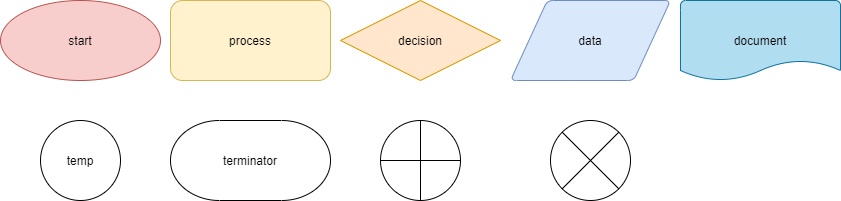
Earlier version of the draw.io export explore/diagramming/diagram.drawio.png (StevenSchaeffer/fa21-cse110-lab4). Source tidied: cells renumbered, new cells last; positions are measured from the earlier drawing's top-left corner, leaving out a move shared by most shapes.
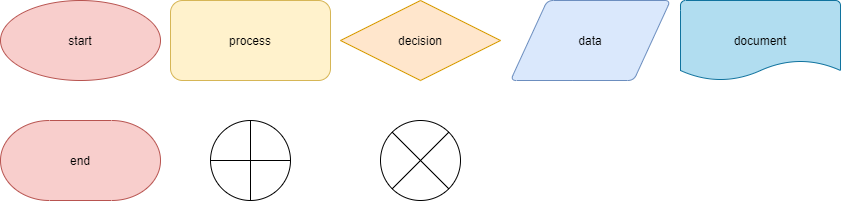
The same diagram one commit later.

Diff of the diagram source:
```diff
@@ -2,7 +2,7 @@
   <root>
     <mxCell id="0" />
     <mxCell id="1" parent="0" />
-    <mxCell id="2" style="edgeStyle=orthogonalEdgeStyle;rounded=0;jettySize=auto;html=1;exitX=0.5;exitY=1;exitDx=0;exitDy=0;entryX=0.5;entryY=0;entryDx=0;entryDy=0;entryPerimeter=0;strokeColor=#FFFFFF;" parent="1" edge="1" source="3" target="8">
+    <mxCell id="2" style="edgeStyle=orthogonalEdgeStyle;rounded=0;jettySize=auto;html=1;exitX=0.5;exitY=1;exitDx=0;exitDy=0;entryX=0.5;entryY=0;entryDx=0;entryDy=0;entryPerimeter=0;strokeColor=#FFFFFF;" parent="1" edge="1" source="3" target="9">
       <mxGeometry relative="1" as="geometry" />
     </mxCell>
     <mxCell id="3" value="&lt;font color=&quot;#000000&quot;&gt;start&lt;/font&gt;" style="ellipse;whiteSpace=wrap;html=1;fillColor=#f8cecc;strokeColor=#b85450;" parent="1" vertex="1">
@@ -20,17 +20,14 @@
     <mxCell id="7" value="&lt;font color=&quot;#000000&quot;&gt;document&lt;/font&gt;" style="strokeWidth=1;html=1;shape=mxgraph.flowchart.document2;whiteSpace=wrap;size=0.25;fillColor=#b1ddf0;strokeColor=#10739e;" parent="1" vertex="1">
       <mxGeometry x="680" width="160" height="80" as="geometry" />
     </mxCell>
-    <mxCell id="8" value="temp" style="strokeWidth=1;html=1;shape=mxgraph.flowchart.start_2;whiteSpace=wrap;" parent="1" vertex="1">
-      <mxGeometry x="40" y="120" width="80" height="80" as="geometry" />
-    </mxCell>
-    <mxCell id="9" value="terminator" style="strokeWidth=1;html=1;shape=mxgraph.flowchart.terminator;whiteSpace=wrap;" parent="1" vertex="1">
-      <mxGeometry x="170" y="120" width="160" height="80" as="geometry" />
+    <mxCell id="9" value="&lt;font color=&quot;#000000&quot;&gt;end&lt;/font&gt;" style="strokeWidth=1;html=1;shape=mxgraph.flowchart.terminator;whiteSpace=wrap;fillColor=#f8cecc;strokeColor=#b85450;" parent="1" vertex="1">
+      <mxGeometry y="120" width="160" height="80" as="geometry" />
     </mxCell>
     <mxCell id="10" style="verticalLabelPosition=bottom;verticalAlign=top;html=1;shape=mxgraph.flowchart.summing_function;strokeWidth=1;" parent="1" vertex="1">
-      <mxGeometry x="380" y="120" width="80" height="80" as="geometry" />
+      <mxGeometry x="210" y="120" width="80" height="80" as="geometry" />
     </mxCell>
     <mxCell id="11" style="verticalLabelPosition=bottom;verticalAlign=top;html=1;shape=mxgraph.flowchart.or;strokeWidth=1;" parent="1" vertex="1">
-      <mxGeometry x="550" y="120" width="80" height="80" as="geometry" />
+      <mxGeometry x="380" y="120" width="80" height="80" as="geometry" />
     </mxCell>
   </root>
 </mxGraphModel>
```
